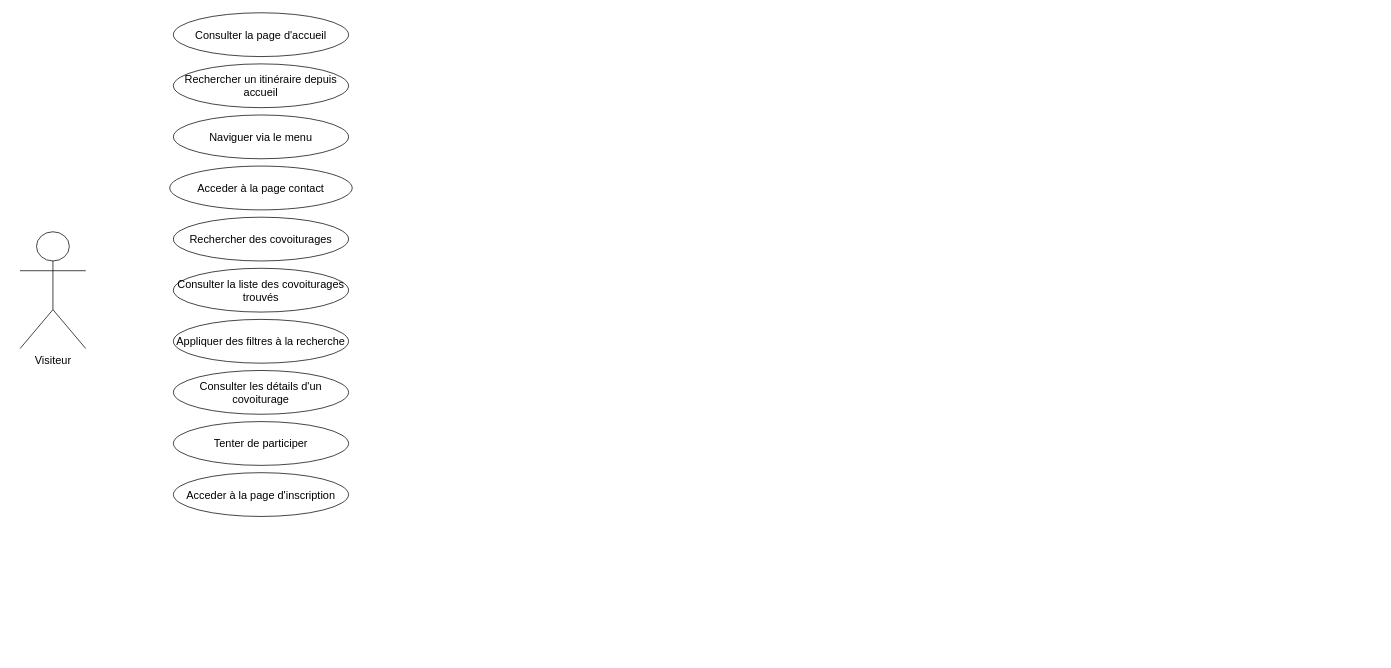
Above: Diagramme sans nom.drawio in bibou911/EcoRide (draw.io), before the change. Source tidied: cells renumbered, new cells numbered last; positions are measured from the earlier drawing's top-left corner, leaving out a move shared by most shapes. Both pictures are drawn from the tidied source at 73%, with x=0, y=0 at pixel (20, 12).
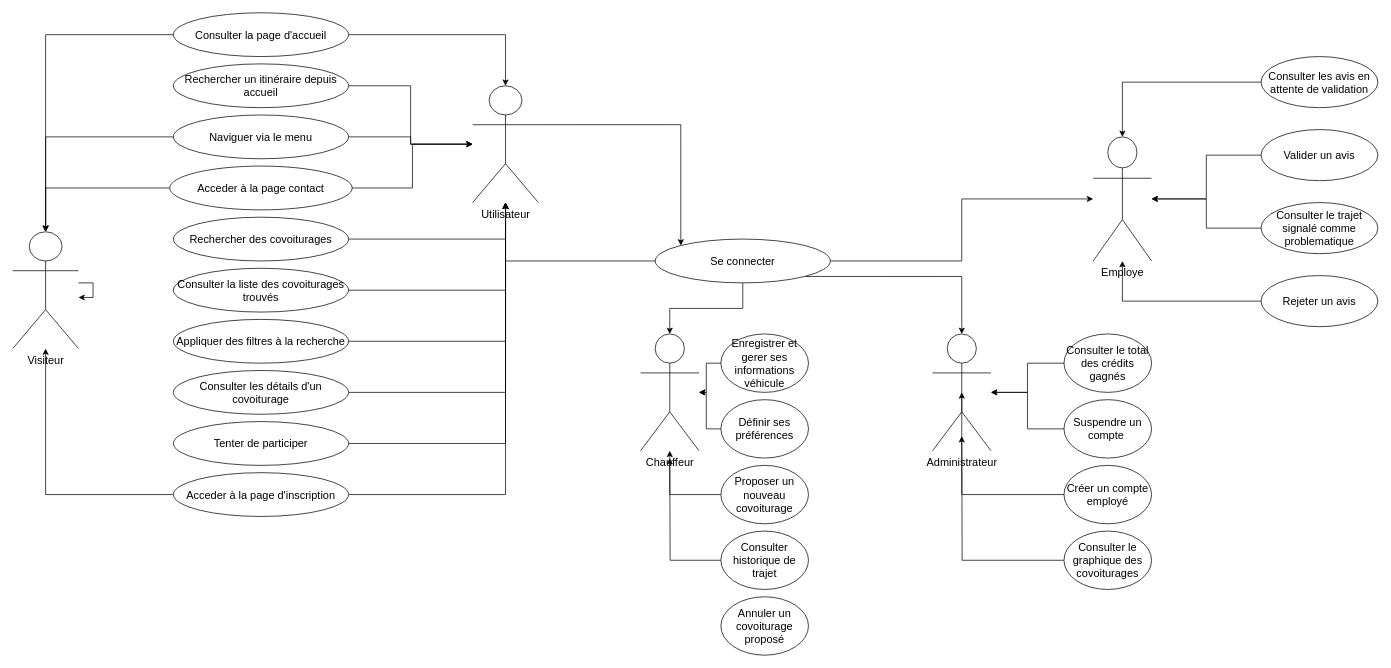
Above is the later version.

Commit message (it also covers changes not shown here):
Mettre à jour Diagramme sans nom.drawio

The change refers to these unchanged cells:
```xml
<mxCell id="2" value="&lt;span style=&quot;font-size: 15px;&quot;&gt;Naviguer via le menu&lt;/span&gt;" style="ellipse;whiteSpace=wrap;html=1;" parent="1" vertex="1">
  <mxGeometry x="210" y="140" width="240" height="60" as="geometry" />
</mxCell>
<mxCell id="3" value="&lt;span style=&quot;font-size: 15px;&quot;&gt;Acceder à la page contact&lt;/span&gt;" style="ellipse;whiteSpace=wrap;html=1;" parent="1" vertex="1">
  <mxGeometry x="205" y="210" width="250" height="60" as="geometry" />
</mxCell>
<mxCell id="4" value="&lt;span style=&quot;font-size: 15px;&quot;&gt;Rechercher des covoiturages&lt;/span&gt;" style="ellipse;whiteSpace=wrap;html=1;" parent="1" vertex="1">
  <mxGeometry x="210" y="280" width="240" height="60" as="geometry" />
</mxCell>
<mxCell id="5" value="&lt;span style=&quot;font-size: 15px;&quot;&gt;Consulter la page d'accueil&lt;/span&gt;" style="ellipse;whiteSpace=wrap;html=1;" parent="1" vertex="1">
  <mxGeometry x="210" width="240" height="60" as="geometry" />
</mxCell>
<mxCell id="6" value="&lt;font style=&quot;font-size: 15px;&quot;&gt;Rechercher un itinéraire depuis accueil&lt;/font&gt;" style="ellipse;whiteSpace=wrap;html=1;" parent="1" vertex="1">
  <mxGeometry x="210" y="70" width="240" height="60" as="geometry" />
</mxCell>
<mxCell id="7" value="&lt;font style=&quot;font-size: 15px;&quot;&gt;Consulter la liste des covoiturages trouvés&lt;/font&gt;" style="ellipse;whiteSpace=wrap;html=1;" parent="1" vertex="1">
  <mxGeometry x="210" y="350" width="240" height="60" as="geometry" />
</mxCell>
<mxCell id="8" value="&lt;font style=&quot;font-size: 15px;&quot;&gt;Appliquer des filtres à la recherche&lt;/font&gt;" style="ellipse;whiteSpace=wrap;html=1;" parent="1" vertex="1">
  <mxGeometry x="210" y="420" width="240" height="60" as="geometry" />
</mxCell>
<mxCell id="9" value="&lt;font style=&quot;font-size: 15px;&quot;&gt;Consulter les détails d'un covoiturage&lt;/font&gt;" style="ellipse;whiteSpace=wrap;html=1;" parent="1" vertex="1">
  <mxGeometry x="210" y="490" width="240" height="60" as="geometry" />
</mxCell>
<mxCell id="10" value="&lt;font style=&quot;font-size: 15px;&quot;&gt;Tenter de participer&lt;/font&gt;" style="ellipse;whiteSpace=wrap;html=1;" parent="1" vertex="1">
  <mxGeometry x="210" y="560" width="240" height="60" as="geometry" />
</mxCell>
<mxCell id="11" value="&lt;font style=&quot;font-size: 15px;&quot;&gt;Acceder à la page d'inscription&lt;/font&gt;" style="ellipse;whiteSpace=wrap;html=1;" parent="1" vertex="1">
  <mxGeometry x="210" y="630" width="240" height="60" as="geometry" />
</mxCell>
```

Diff of the diagram source:
```diff
@@
+    <mxCell id="13" style="edgeStyle=orthogonalEdgeStyle;rounded=0;jettySize=auto;html=1;exitX=0;exitY=0.5;exitDx=0;exitDy=0;" parent="1" edge="1" source="2" target="12">
+      <mxGeometry relative="1" as="geometry" />
+    </mxCell>
+    <mxCell id="14" style="edgeStyle=orthogonalEdgeStyle;rounded=0;jettySize=auto;html=1;exitX=1;exitY=0.5;exitDx=0;exitDy=0;" parent="1" edge="1" source="2" target="28">
+      <mxGeometry relative="1" as="geometry" />
+    </mxCell>
@@
+    <mxCell id="15" style="edgeStyle=orthogonalEdgeStyle;rounded=0;jettySize=auto;html=1;exitX=0;exitY=0.5;exitDx=0;exitDy=0;" parent="1" edge="1" source="3" target="12">
+      <mxGeometry relative="1" as="geometry" />
+    </mxCell>
+    <mxCell id="16" style="edgeStyle=orthogonalEdgeStyle;rounded=0;jettySize=auto;html=1;exitX=1;exitY=0.5;exitDx=0;exitDy=0;" parent="1" edge="1" source="3" target="28">
+      <mxGeometry relative="1" as="geometry" />
+    </mxCell>
@@
+    <mxCell id="17" style="edgeStyle=orthogonalEdgeStyle;rounded=0;jettySize=auto;html=1;exitX=1;exitY=0.5;exitDx=0;exitDy=0;" parent="1" edge="1" source="4" target="28">
+      <mxGeometry relative="1" as="geometry" />
+    </mxCell>
@@
+    <mxCell id="18" style="edgeStyle=orthogonalEdgeStyle;rounded=0;jettySize=auto;html=1;exitX=0;exitY=0.5;exitDx=0;exitDy=0;" parent="1" edge="1" source="5" target="12">
+      <mxGeometry relative="1" as="geometry" />
+    </mxCell>
+    <mxCell id="19" style="edgeStyle=orthogonalEdgeStyle;rounded=0;jettySize=auto;html=1;exitX=1;exitY=0.5;exitDx=0;exitDy=0;" parent="1" edge="1" source="5" target="28">
+      <mxGeometry relative="1" as="geometry" />
+    </mxCell>
@@
+    <mxCell id="20" style="edgeStyle=orthogonalEdgeStyle;rounded=0;jettySize=auto;html=1;exitX=1;exitY=0.5;exitDx=0;exitDy=0;" parent="1" edge="1" source="6" target="28">
+      <mxGeometry relative="1" as="geometry" />
+    </mxCell>
@@
+    <mxCell id="21" style="edgeStyle=orthogonalEdgeStyle;rounded=0;jettySize=auto;html=1;exitX=1;exitY=0.5;exitDx=0;exitDy=0;" parent="1" edge="1" source="7" target="28">
+      <mxGeometry relative="1" as="geometry" />
+    </mxCell>
@@
+    <mxCell id="22" style="edgeStyle=orthogonalEdgeStyle;rounded=0;jettySize=auto;html=1;exitX=1;exitY=0.5;exitDx=0;exitDy=0;" parent="1" edge="1" source="8" target="28">
+      <mxGeometry relative="1" as="geometry" />
+    </mxCell>
@@
+    <mxCell id="23" style="edgeStyle=orthogonalEdgeStyle;rounded=0;jettySize=auto;html=1;exitX=1;exitY=0.5;exitDx=0;exitDy=0;" parent="1" edge="1" source="9" target="28">
+      <mxGeometry relative="1" as="geometry" />
+    </mxCell>
@@
+    <mxCell id="24" style="edgeStyle=orthogonalEdgeStyle;rounded=0;jettySize=auto;html=1;exitX=1;exitY=0.5;exitDx=0;exitDy=0;" parent="1" edge="1" source="10" target="28">
+      <mxGeometry relative="1" as="geometry" />
+    </mxCell>
@@
+    <mxCell id="25" style="edgeStyle=orthogonalEdgeStyle;rounded=0;jettySize=auto;html=1;exitX=0;exitY=0.5;exitDx=0;exitDy=0;" parent="1" edge="1" source="11" target="12">
+      <mxGeometry relative="1" as="geometry" />
+    </mxCell>
+    <mxCell id="26" style="edgeStyle=orthogonalEdgeStyle;rounded=0;jettySize=auto;html=1;exitX=1;exitY=0.5;exitDx=0;exitDy=0;" parent="1" edge="1" source="11" target="28">
+      <mxGeometry relative="1" as="geometry" />
+    </mxCell>
@@
     <mxCell id="12" value="&lt;span style=&quot;font-size: 15px;&quot;&gt;Visiteur&lt;/span&gt;" style="shape=umlActor;verticalLabelPosition=bottom;verticalAlign=top;html=1;outlineConnect=0;" parent="1" vertex="1">
-      <mxGeometry y="300" width="90" height="160" as="geometry" />
+      <mxGeometry x="-10" y="300" width="90" height="160" as="geometry" />
     </mxCell>
+    <mxCell id="27" style="edgeStyle=orthogonalEdgeStyle;rounded=0;jettySize=auto;html=1;exitX=1;exitY=0.3333333333333333;exitDx=0;exitDy=0;exitPerimeter=0;entryX=0;entryY=0;entryDx=0;entryDy=0;" parent="1" edge="1" source="28" target="33">
+      <mxGeometry relative="1" as="geometry" />
+    </mxCell>
+    <mxCell id="28" value="&lt;font style=&quot;font-size: 15px;&quot;&gt;Utilisateur&lt;/font&gt;" style="shape=umlActor;verticalLabelPosition=bottom;verticalAlign=top;html=1;outlineConnect=0;" parent="1" vertex="1">
+      <mxGeometry x="620" y="100" width="90" height="160" as="geometry" />
+    </mxCell>
+    <mxCell id="29" style="edgeStyle=orthogonalEdgeStyle;rounded=0;orthogonalLoop=1;jettySize=auto;html=1;" parent="1" edge="1" source="12" target="12">
+      <mxGeometry relative="1" as="geometry" />
+    </mxCell>
+    <mxCell id="30" style="edgeStyle=orthogonalEdgeStyle;rounded=0;jettySize=auto;html=1;exitX=0;exitY=0.5;exitDx=0;exitDy=0;" parent="1" edge="1" source="33" target="28">
+      <mxGeometry relative="1" as="geometry" />
+    </mxCell>
+    <mxCell id="31" style="edgeStyle=orthogonalEdgeStyle;rounded=0;jettySize=auto;html=1;exitX=1;exitY=0.5;exitDx=0;exitDy=0;" parent="1" edge="1" source="33" target="34">
+      <mxGeometry relative="1" as="geometry" />
+    </mxCell>
+    <mxCell id="32" style="edgeStyle=orthogonalEdgeStyle;rounded=0;jettySize=auto;html=1;exitX=1;exitY=1;exitDx=0;exitDy=0;" parent="1" edge="1" source="33" target="35">
+      <mxGeometry relative="1" as="geometry" />
+    </mxCell>
+    <mxCell id="33" value="&lt;font style=&quot;font-size: 15px;&quot;&gt;Se connecter&lt;/font&gt;" style="ellipse;whiteSpace=wrap;html=1;" parent="1" vertex="1">
+      <mxGeometry x="870" y="310" width="240" height="60" as="geometry" />
+    </mxCell>
+    <mxCell id="34" value="&lt;font style=&quot;font-size: 15px;&quot;&gt;Employe&lt;/font&gt;" style="shape=umlActor;verticalLabelPosition=bottom;verticalAlign=top;html=1;outlineConnect=0;" parent="1" vertex="1">
+      <mxGeometry x="1470" y="170" width="80" height="170" as="geometry" />
+    </mxCell>
+    <mxCell id="35" value="&lt;font style=&quot;font-size: 15px;&quot;&gt;Administrateur&lt;/font&gt;" style="shape=umlActor;verticalLabelPosition=bottom;verticalAlign=top;html=1;outlineConnect=0;" parent="1" vertex="1">
+      <mxGeometry x="1250" y="440" width="80" height="160" as="geometry" />
+    </mxCell>
+    <mxCell id="36" value="&lt;font style=&quot;font-size: 15px;&quot;&gt;Chauffeur&lt;/font&gt;" style="shape=umlActor;verticalLabelPosition=bottom;verticalAlign=top;html=1;outlineConnect=0;" parent="1" vertex="1">
+      <mxGeometry x="850" y="440" width="80" height="160" as="geometry" />
+    </mxCell>
+    <mxCell id="37" value="&lt;font style=&quot;font-size: 15px;&quot;&gt;Consulter les avis en attente de validation&lt;/font&gt;" style="ellipse;whiteSpace=wrap;html=1;" parent="1" vertex="1">
+      <mxGeometry x="1700" y="60" width="160" height="70" as="geometry" />
+    </mxCell>
+    <mxCell id="38" style="edgeStyle=orthogonalEdgeStyle;rounded=0;jettySize=auto;html=1;exitX=0;exitY=0.5;exitDx=0;exitDy=0;" parent="1" edge="1" source="39" target="34">
+      <mxGeometry relative="1" as="geometry" />
+    </mxCell>
+    <mxCell id="39" value="&lt;font style=&quot;font-size: 15px;&quot;&gt;Valider un avis&lt;/font&gt;" style="ellipse;whiteSpace=wrap;html=1;" parent="1" vertex="1">
+      <mxGeometry x="1700" y="160" width="160" height="70" as="geometry" />
+    </mxCell>
+    <mxCell id="40" style="edgeStyle=orthogonalEdgeStyle;rounded=0;jettySize=auto;html=1;exitX=0;exitY=0.5;exitDx=0;exitDy=0;" parent="1" edge="1" source="41" target="34">
+      <mxGeometry relative="1" as="geometry" />
+    </mxCell>
+    <mxCell id="41" value="&lt;font style=&quot;font-size: 15px;&quot;&gt;Consulter le trajet signalé comme problematique&lt;/font&gt;" style="ellipse;whiteSpace=wrap;html=1;" parent="1" vertex="1">
+      <mxGeometry x="1700" y="260" width="160" height="70" as="geometry" />
+    </mxCell>
+    <mxCell id="42" style="edgeStyle=orthogonalEdgeStyle;rounded=0;jettySize=auto;html=1;exitX=0;exitY=0.5;exitDx=0;exitDy=0;" parent="1" edge="1" source="43" target="34">
+      <mxGeometry relative="1" as="geometry" />
+    </mxCell>
+    <mxCell id="43" value="&lt;font style=&quot;font-size: 15px;&quot;&gt;Rejeter un avis&lt;/font&gt;" style="ellipse;whiteSpace=wrap;html=1;" parent="1" vertex="1">
+      <mxGeometry x="1700" y="360" width="160" height="70" as="geometry" />
+    </mxCell>
+    <mxCell id="44" style="edgeStyle=orthogonalEdgeStyle;rounded=0;jettySize=auto;html=1;exitX=0;exitY=0.5;exitDx=0;exitDy=0;entryX=0.5;entryY=0;entryDx=0;entryDy=0;entryPerimeter=0;" parent="1" edge="1" source="37" target="34">
+      <mxGeometry relative="1" as="geometry" />
+    </mxCell>
+    <mxCell id="45" style="edgeStyle=orthogonalEdgeStyle;rounded=0;jettySize=auto;html=1;exitX=0;exitY=0.5;exitDx=0;exitDy=0;" parent="1" edge="1" source="46" target="35">
+      <mxGeometry relative="1" as="geometry" />
+    </mxCell>
+    <mxCell id="46" value="&lt;font style=&quot;font-size: 15px;&quot;&gt;Consulter le total des crédits gagnés&lt;/font&gt;" style="ellipse;whiteSpace=wrap;html=1;" parent="1" vertex="1">
+      <mxGeometry x="1430" y="440" width="120" height="80" as="geometry" />
+    </mxCell>
+    <mxCell id="47" style="edgeStyle=orthogonalEdgeStyle;rounded=0;jettySize=auto;html=1;exitX=0;exitY=0.5;exitDx=0;exitDy=0;" parent="1" edge="1" source="48">
+      <mxGeometry relative="1" as="geometry">
+        <mxPoint x="1290" y="580" as="targetPoint" />
+      </mxGeometry>
+    </mxCell>
+    <mxCell id="48" value="&lt;font style=&quot;font-size: 15px;&quot;&gt;Consulter le graphique des covoiturages&lt;/font&gt;" style="ellipse;whiteSpace=wrap;html=1;" parent="1" vertex="1">
+      <mxGeometry x="1430" y="710" width="120" height="80" as="geometry" />
+    </mxCell>
+    <mxCell id="49" style="edgeStyle=orthogonalEdgeStyle;rounded=0;jettySize=auto;html=1;exitX=0;exitY=0.5;exitDx=0;exitDy=0;" parent="1" edge="1" source="50" target="35">
+      <mxGeometry relative="1" as="geometry" />
+    </mxCell>
+    <mxCell id="50" value="&lt;font style=&quot;font-size: 15px;&quot;&gt;Suspendre un compte&amp;nbsp;&lt;/font&gt;" style="ellipse;whiteSpace=wrap;html=1;" parent="1" vertex="1">
+      <mxGeometry x="1430" y="530" width="120" height="80" as="geometry" />
+    </mxCell>
+    <mxCell id="51" value="&lt;font style=&quot;font-size: 15px;&quot;&gt;Créer un compte employé&lt;/font&gt;" style="ellipse;whiteSpace=wrap;html=1;" parent="1" vertex="1">
+      <mxGeometry x="1430" y="620" width="120" height="80" as="geometry" />
+    </mxCell>
+    <mxCell id="52" style="edgeStyle=orthogonalEdgeStyle;rounded=0;jettySize=auto;html=1;exitX=0.5;exitY=1;exitDx=0;exitDy=0;entryX=0.5;entryY=0;entryDx=0;entryDy=0;entryPerimeter=0;" parent="1" edge="1" source="33" target="36">
+      <mxGeometry relative="1" as="geometry" />
+    </mxCell>
+    <mxCell id="53" style="edgeStyle=orthogonalEdgeStyle;rounded=0;jettySize=auto;html=1;exitX=0;exitY=0.5;exitDx=0;exitDy=0;entryX=0.5;entryY=0.5;entryDx=0;entryDy=0;entryPerimeter=0;" parent="1" edge="1" source="51" target="35">
+      <mxGeometry relative="1" as="geometry" />
+    </mxCell>
+    <mxCell id="54" style="edgeStyle=orthogonalEdgeStyle;rounded=0;jettySize=auto;html=1;exitX=0;exitY=0.5;exitDx=0;exitDy=0;" parent="1" edge="1" source="55" target="36">
+      <mxGeometry relative="1" as="geometry" />
+    </mxCell>
+    <mxCell id="55" value="&lt;font style=&quot;font-size: 15px;&quot;&gt;Enregistrer et gerer ses informations véhicule&lt;/font&gt;" style="ellipse;whiteSpace=wrap;html=1;" parent="1" vertex="1">
+      <mxGeometry x="960" y="440" width="120" height="80" as="geometry" />
+    </mxCell>
+    <mxCell id="56" style="edgeStyle=orthogonalEdgeStyle;rounded=0;jettySize=auto;html=1;exitX=0;exitY=0.5;exitDx=0;exitDy=0;" parent="1" edge="1" source="57" target="36">
+      <mxGeometry relative="1" as="geometry" />
+    </mxCell>
+    <mxCell id="57" value="&lt;font style=&quot;font-size: 15px;&quot;&gt;Définir ses préférences&lt;/font&gt;" style="ellipse;whiteSpace=wrap;html=1;" parent="1" vertex="1">
+      <mxGeometry x="960" y="530" width="120" height="80" as="geometry" />
+    </mxCell>
+    <mxCell id="58" style="edgeStyle=orthogonalEdgeStyle;rounded=0;jettySize=auto;html=1;exitX=0;exitY=0.5;exitDx=0;exitDy=0;" parent="1" edge="1" source="59" target="36">
+      <mxGeometry relative="1" as="geometry" />
+    </mxCell>
+    <mxCell id="59" value="&lt;font style=&quot;font-size: 15px;&quot;&gt;Proposer un nouveau covoiturage&lt;/font&gt;" style="ellipse;whiteSpace=wrap;html=1;" parent="1" vertex="1">
+      <mxGeometry x="960" y="620" width="120" height="80" as="geometry" />
+    </mxCell>
+    <mxCell id="60" style="edgeStyle=orthogonalEdgeStyle;rounded=0;jettySize=auto;html=1;exitX=0;exitY=0.5;exitDx=0;exitDy=0;" parent="1" edge="1" source="61">
+      <mxGeometry relative="1" as="geometry">
+        <mxPoint x="890" y="610" as="targetPoint" />
+      </mxGeometry>
+    </mxCell>
+    <mxCell id="61" value="&lt;font style=&quot;font-size: 15px;&quot;&gt;Consulter historique de trajet&lt;/font&gt;" style="ellipse;whiteSpace=wrap;html=1;" parent="1" vertex="1">
+      <mxGeometry x="960" y="710" width="120" height="80" as="geometry" />
+    </mxCell>
+    <mxCell id="62" value="&lt;font style=&quot;font-size: 15px;&quot;&gt;Annuler un covoiturage proposé&lt;/font&gt;" style="ellipse;whiteSpace=wrap;html=1;" parent="1" vertex="1">
+      <mxGeometry x="960" y="800" width="120" height="80" as="geometry" />
+    </mxCell>
```
